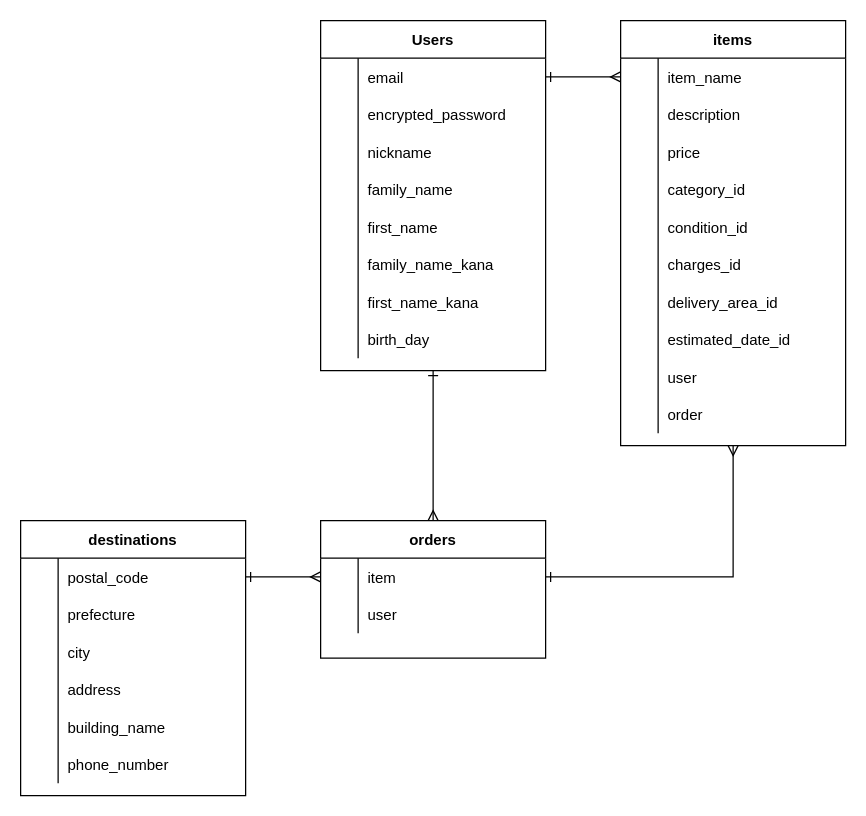
Above: ER.dio in Hiromu-Sakamoto/furima-34500 (draw.io), before the change. Source tidied: cells renumbered, new cells numbered last; positions are measured from the earlier drawing's top-left corner, leaving out a move shared by most shapes. Both pictures are drawn from the tidied source at 125%, with x=0, y=0 at pixel (20, 20).
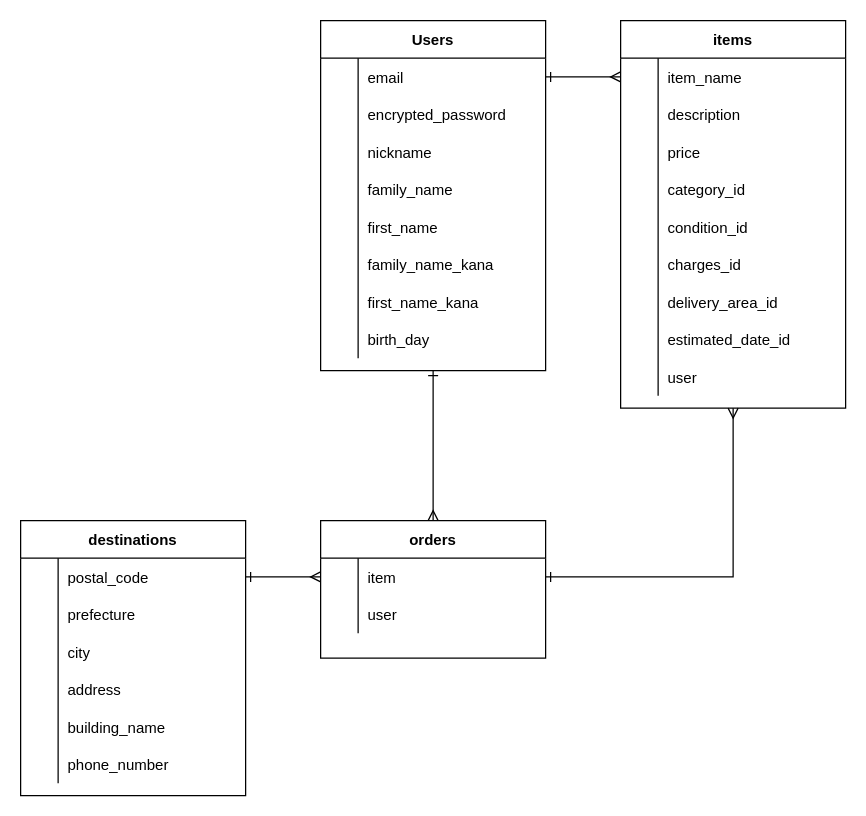
After the change.

Commit message (it also covers changes not shown here):
データベース設計_修正5回目

The edit, as a diff of the source:
```diff
@@
     <mxCell id="28" value="items" style="shape=table;startSize=30;childLayout=tableLayout;rowLines=0;fontStyle=1;align=center;" parent="1" vertex="1">
-      <mxGeometry x="480" width="180" height="340" as="geometry" />
+      <mxGeometry x="480" width="180" height="310" as="geometry" />
     </mxCell>
@@
-    <mxCell id="56" style="shape=partialRectangle;fillColor=none;top=0;left=0;bottom=0;right=0;" parent="28" vertex="1">
-      <mxGeometry y="300" width="180" height="30" as="geometry" />
-    </mxCell>
-    <mxCell id="57" style="shape=partialRectangle;fillColor=none;top=0;left=0;bottom=0;right=0;overflow=hidden;" parent="56" vertex="1">
-      <mxGeometry width="30" height="30" as="geometry" />
-    </mxCell>
-    <mxCell id="58" value="order" style="shape=partialRectangle;fillColor=none;top=0;left=0;bottom=0;right=0;align=left;spacingLeft=6;overflow=hidden;" parent="56" vertex="1">
-      <mxGeometry x="30" width="150" height="30" as="geometry" />
-    </mxCell>
```
